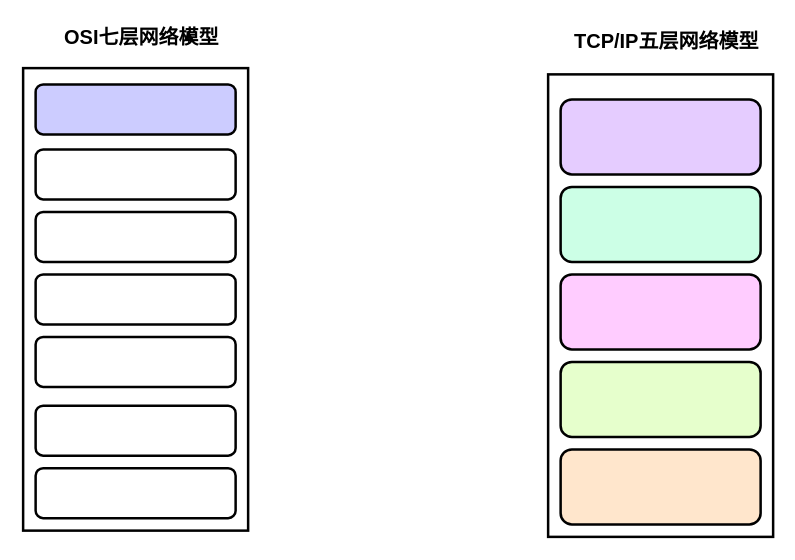
Earlier version of the draw.io diagram 网络模型.drawio (StackInk/draw). Source tidied: cells renumbered, new cells numbered last; positions are measured from the earlier drawing's top-left corner, leaving out a move shared by most shapes. Both pictures are drawn from the tidied source at 125%, with x=0, y=0 at pixel (22, 30).
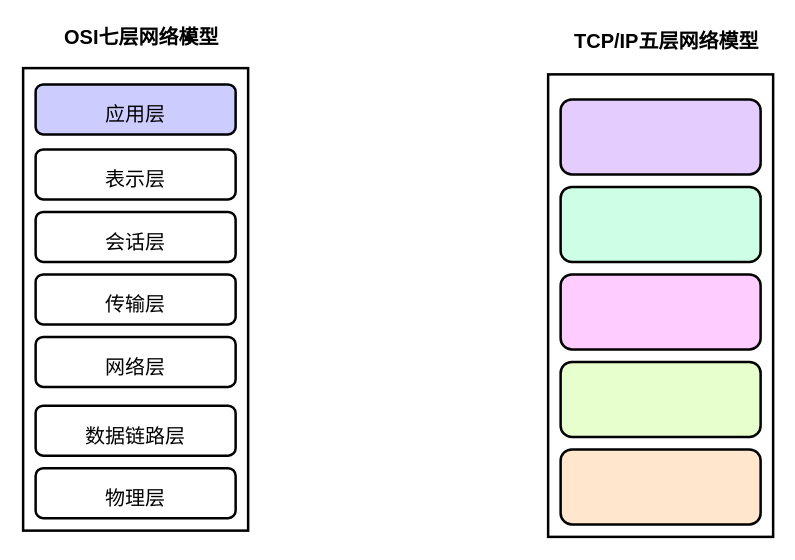
The same page after the edit.

Commit message (it also covers changes not shown here):
更新网络模型.drawio

Change to the diagram source:
```diff
@@
 <mxGraphModel>
   <root>
     <mxCell id="0" />
     <mxCell id="1" parent="0" />
     <mxCell id="2" style="rounded=0;whiteSpace=wrap;html=1;strokeWidth=2;" parent="1" vertex="1">
       <mxGeometry y="30" width="180" height="370" as="geometry" />
     </mxCell>
     <mxCell id="3" value="OSI七层网络模型" style="text;html=1;strokeColor=none;fillColor=none;align=center;verticalAlign=middle;whiteSpace=wrap;rounded=0;fontFamily=Helvetica;fontSize=16;fontStyle=1;" parent="1" vertex="1">
       <mxGeometry x="20" width="150" height="10" as="geometry" />
     </mxCell>
     <mxCell id="4" style="edgeStyle=orthogonalEdgeStyle;rounded=0;orthogonalLoop=1;jettySize=auto;html=1;exitX=0.75;exitY=1;exitDx=0;exitDy=0;entryX=0.75;entryY=0;entryDx=0;entryDy=0;fontFamily=Helvetica;fontSize=16;" parent="1" edge="1" source="3" target="3">
       <mxGeometry relative="1" as="geometry" />
     </mxCell>
     <mxCell id="5" value="TCP/IP五层网络模型" style="text;html=1;strokeColor=none;fillColor=none;align=center;verticalAlign=middle;whiteSpace=wrap;rounded=0;fontFamily=Helvetica;fontSize=16;fontStyle=1;" parent="1" vertex="1">
       <mxGeometry x="430" width="170" height="15" as="geometry" />
     </mxCell>
-    <mxCell id="6" style="rounded=1;whiteSpace=wrap;html=1;strokeWidth=2;fontFamily=Helvetica;fontSize=16;spacingBottom=-7;" parent="1" vertex="1">
+    <mxCell id="6" value="物理层" style="rounded=1;whiteSpace=wrap;html=1;strokeWidth=2;fontFamily=Helvetica;fontSize=16;spacingBottom=-7;" parent="1" vertex="1">
       <mxGeometry x="10" y="350" width="160" height="40" as="geometry" />
     </mxCell>
     <mxCell id="7" style="rounded=0;whiteSpace=wrap;html=1;strokeWidth=2;" parent="1" vertex="1">
       <mxGeometry x="420" y="35" width="180" height="370" as="geometry" />
     </mxCell>
     <mxCell id="8" style="rounded=1;whiteSpace=wrap;html=1;strokeWidth=2;fontFamily=Helvetica;fontSize=16;spacingBottom=-7;fillColor=#FFE6CC;" parent="1" vertex="1">
       <mxGeometry x="430" y="335" width="160" height="60" as="geometry" />
     </mxCell>
     <mxCell id="9" style="rounded=1;whiteSpace=wrap;html=1;strokeWidth=2;fontFamily=Helvetica;fontSize=16;spacingBottom=-7;fillColor=#E6FFCC;" parent="1" vertex="1">
       <mxGeometry x="430" y="265" width="160" height="60" as="geometry" />
     </mxCell>
     <mxCell id="10" style="rounded=1;whiteSpace=wrap;html=1;strokeWidth=2;fontFamily=Helvetica;fontSize=16;spacingBottom=-7;fillColor=#FFCCFF;" parent="1" vertex="1">
       <mxGeometry x="430" y="195" width="160" height="60" as="geometry" />
     </mxCell>
     <mxCell id="11" style="rounded=1;whiteSpace=wrap;html=1;strokeWidth=2;fontFamily=Helvetica;fontSize=16;spacingBottom=-7;fillColor=#CCFFE6;" parent="1" vertex="1">
       <mxGeometry x="430" y="125" width="160" height="60" as="geometry" />
     </mxCell>
     <mxCell id="12" style="rounded=1;whiteSpace=wrap;html=1;strokeWidth=2;fontFamily=Helvetica;fontSize=16;spacingBottom=-7;fillColor=#E5CCFF;" parent="1" vertex="1">
       <mxGeometry x="430" y="55" width="160" height="60" as="geometry" />
     </mxCell>
-    <mxCell id="13" style="rounded=1;whiteSpace=wrap;html=1;strokeWidth=2;fontFamily=Helvetica;fontSize=16;spacingBottom=-7;" parent="1" vertex="1">
+    <mxCell id="13" value="数据链路层" style="rounded=1;whiteSpace=wrap;html=1;strokeWidth=2;fontFamily=Helvetica;fontSize=16;spacingBottom=-7;" parent="1" vertex="1">
       <mxGeometry x="10" y="300" width="160" height="40" as="geometry" />
     </mxCell>
-    <mxCell id="14" style="rounded=1;whiteSpace=wrap;html=1;strokeWidth=2;fontFamily=Helvetica;fontSize=16;spacingBottom=-7;" parent="1" vertex="1">
+    <mxCell id="14" value="网络层" style="rounded=1;whiteSpace=wrap;html=1;strokeWidth=2;fontFamily=Helvetica;fontSize=16;spacingBottom=-7;" parent="1" vertex="1">
       <mxGeometry x="10" y="245" width="160" height="40" as="geometry" />
     </mxCell>
-    <mxCell id="15" style="rounded=1;whiteSpace=wrap;html=1;strokeWidth=2;fontFamily=Helvetica;fontSize=16;spacingBottom=-7;" parent="1" vertex="1">
+    <mxCell id="15" value="传输层" style="rounded=1;whiteSpace=wrap;html=1;strokeWidth=2;fontFamily=Helvetica;fontSize=16;spacingBottom=-7;" parent="1" vertex="1">
       <mxGeometry x="10" y="195" width="160" height="40" as="geometry" />
     </mxCell>
-    <mxCell id="16" style="rounded=1;whiteSpace=wrap;html=1;strokeWidth=2;fontFamily=Helvetica;fontSize=16;spacingBottom=-7;" parent="1" vertex="1">
+    <mxCell id="16" value="会话层" style="rounded=1;whiteSpace=wrap;html=1;strokeWidth=2;fontFamily=Helvetica;fontSize=16;spacingBottom=-7;" parent="1" vertex="1">
       <mxGeometry x="10" y="145" width="160" height="40" as="geometry" />
     </mxCell>
-    <mxCell id="17" style="rounded=1;whiteSpace=wrap;html=1;strokeWidth=2;fontFamily=Helvetica;fontSize=16;spacingBottom=-7;" parent="1" vertex="1">
+    <mxCell id="17" value="表示层" style="rounded=1;whiteSpace=wrap;html=1;strokeWidth=2;fontFamily=Helvetica;fontSize=16;spacingBottom=-7;" parent="1" vertex="1">
       <mxGeometry x="10" y="95" width="160" height="40" as="geometry" />
     </mxCell>
-    <mxCell id="18" style="rounded=1;whiteSpace=wrap;html=1;strokeWidth=2;fontFamily=Helvetica;fontSize=16;spacingBottom=-7;fillColor=#CCCCFF;" parent="1" vertex="1">
+    <mxCell id="18" value="应用层" style="rounded=1;whiteSpace=wrap;html=1;strokeWidth=2;fontFamily=Helvetica;fontSize=16;spacingBottom=-7;fillColor=#CCCCFF;" parent="1" vertex="1">
       <mxGeometry x="10" y="43" width="160" height="40" as="geometry" />
     </mxCell>
   </root>
 </mxGraphModel>
```
